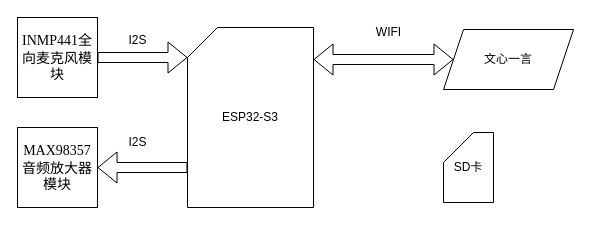
Above: 流程图/毕设.drawio in mlhua/hua (draw.io), before the change. Source tidied: cells renumbered, new cells numbered last; positions are measured from the earlier drawing's top-left corner, leaving out a move shared by most shapes. Both pictures are drawn from the tidied source at 100%, with x=0, y=0 at pixel (17, 17).
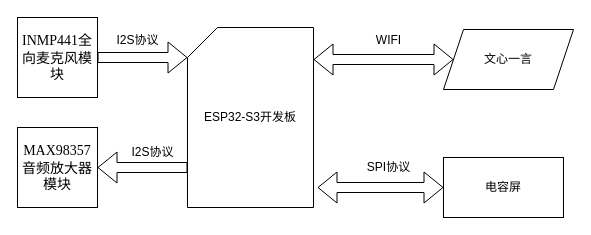
The same diagram, later.

Change to the diagram source:
```diff
@@
 <mxGraphModel>
   <root>
     <mxCell id="0" />
     <mxCell id="1" parent="0" />
-    <mxCell id="2" value="ESP32-S3" style="shape=card;whiteSpace=wrap;html=1;" parent="1" vertex="1">
+    <mxCell id="2" value="ESP32-S3开发板" style="shape=card;whiteSpace=wrap;html=1;" parent="1" vertex="1">
       <mxGeometry x="170" y="10" width="126" height="180" as="geometry" />
     </mxCell>
     <mxCell id="3" value="文心一言" style="shape=parallelogram;perimeter=parallelogramPerimeter;whiteSpace=wrap;html=1;fixedSize=1;" parent="1" vertex="1">
       <mxGeometry x="426" y="12" width="130" height="60" as="geometry" />
     </mxCell>
     <mxCell id="4" style="shape=flexArrow;endArrow=classic;startArrow=classic;html=1;rounded=0;entryX=0;entryY=0.5;entryDx=0;entryDy=0;" parent="1" edge="1" target="3">
       <mxGeometry relative="1" as="geometry">
         <mxPoint x="296" y="42" as="sourcePoint" />
       </mxGeometry>
     </mxCell>
     <mxCell id="5" value="WIFI" style="text;html=1;align=center;verticalAlign=middle;strokeColor=none;fillColor=none;" parent="1" vertex="1">
-      <mxGeometry x="346" width="50" height="30" as="geometry" />
+      <mxGeometry x="346" y="8" width="50" height="30" as="geometry" />
     </mxCell>
     <mxCell id="6" value="&lt;p class=&quot;MsoNormal&quot;&gt;&lt;span style=&quot;mso-spacerun:'yes';font-family:宋体;mso-ansi-font-weight:normal;&lt;br/&gt;mso-bidi-font-weight:bold;font-size:10.5000pt;mso-font-kerning:1.0000pt;&quot;&gt;&lt;font face=&quot;Times New Roman&quot;&gt;INMP441&lt;/font&gt;&lt;font face=&quot;宋体&quot;&gt;全向麦克风模块&lt;/font&gt;&lt;/span&gt;&lt;/p&gt;" style="whiteSpace=wrap;html=1;" parent="1" vertex="1">
       <mxGeometry width="80" height="80" as="geometry" />
     </mxCell>
     <mxCell id="7" value="&lt;p class=&quot;MsoNormal&quot;&gt;&lt;span style=&quot;mso-spacerun:'yes';font-family:宋体;mso-ansi-font-weight:normal;&lt;br/&gt;mso-bidi-font-weight:bold;font-size:10.5000pt;mso-font-kerning:1.0000pt;&quot;&gt;&lt;font face=&quot;Times New Roman&quot;&gt;MAX98357&lt;/font&gt;&lt;font face=&quot;宋体&quot;&gt;音频放大器模块&lt;/font&gt;&lt;/span&gt;&lt;/p&gt;" style="whiteSpace=wrap;html=1;" parent="1" vertex="1">
       <mxGeometry y="110" width="80" height="80" as="geometry" />
     </mxCell>
     <mxCell id="8" style="shape=flexArrow;endArrow=classic;html=1;rounded=0;exitX=1;exitY=0.5;exitDx=0;exitDy=0;entryX=0;entryY=0;entryDx=0;entryDy=30;entryPerimeter=0;" parent="1" edge="1" source="6" target="2">
       <mxGeometry relative="1" as="geometry" />
     </mxCell>
     <mxCell id="9" style="shape=flexArrow;endArrow=classic;html=1;rounded=0;entryX=1;entryY=0.5;entryDx=0;entryDy=0;" parent="1" edge="1" target="7">
       <mxGeometry relative="1" as="geometry">
         <mxPoint x="170" y="150" as="sourcePoint" />
       </mxGeometry>
     </mxCell>
-    <mxCell id="10" value="I2S" style="text;html=1;align=center;verticalAlign=middle;strokeColor=none;fillColor=none;" parent="1" vertex="1">
-      <mxGeometry x="100" y="8" width="40" height="30" as="geometry" />
+    <mxCell id="10" value="I2S协议" style="text;html=1;align=center;verticalAlign=middle;strokeColor=none;fillColor=none;" parent="1" vertex="1">
+      <mxGeometry x="85" y="8" width="70" height="30" as="geometry" />
     </mxCell>
-    <mxCell id="11" value="I2S" style="text;html=1;align=center;verticalAlign=middle;strokeColor=none;fillColor=none;" parent="1" vertex="1">
-      <mxGeometry x="100" y="110" width="40" height="30" as="geometry" />
+    <mxCell id="11" value="I2S协议" style="text;html=1;align=center;verticalAlign=middle;strokeColor=none;fillColor=none;" parent="1" vertex="1">
+      <mxGeometry x="100" y="120" width="70" height="30" as="geometry" />
     </mxCell>
-    <mxCell id="12" value="SD卡" style="shape=card;whiteSpace=wrap;html=1;" parent="1" vertex="1">
-      <mxGeometry x="426" y="115" width="50" height="70" as="geometry" />
-    </mxCell>
+    <mxCell id="13" value="电容屏" style="rounded=0;whiteSpace=wrap;html=1;" parent="1" vertex="1">
+      <mxGeometry x="426" y="140" width="120" height="60" as="geometry" />
+    </mxCell>
+    <mxCell id="14" style="shape=flexArrow;endArrow=classic;startArrow=classic;html=1;rounded=0;entryX=0;entryY=0.5;entryDx=0;entryDy=0;" parent="1" edge="1" target="13">
+      <mxGeometry relative="1" as="geometry">
+        <mxPoint x="300" y="170" as="sourcePoint" />
+      </mxGeometry>
+    </mxCell>
+    <mxCell id="15" value="SPI协议" style="text;html=1;align=center;verticalAlign=middle;strokeColor=none;fillColor=none;" parent="1" vertex="1">
+      <mxGeometry x="336" y="135" width="70" height="30" as="geometry" />
+    </mxCell>
   </root>
 </mxGraphModel>
```
